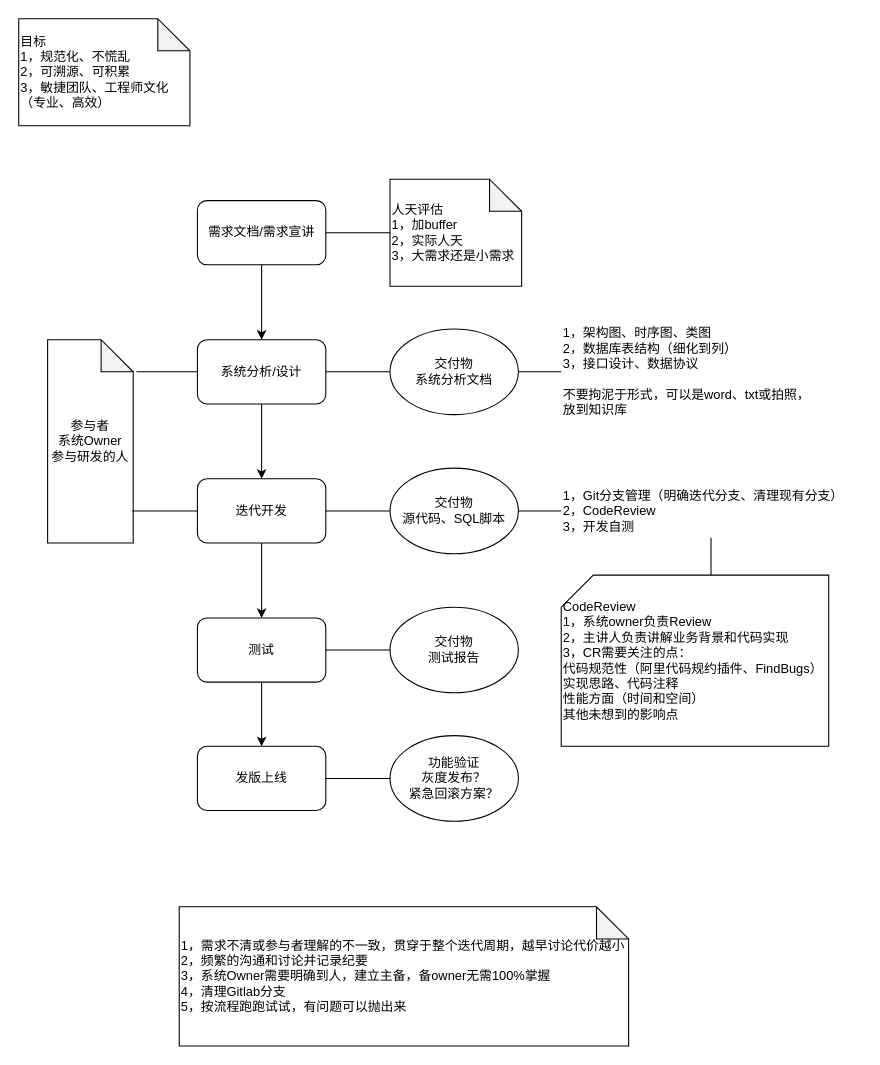
Above: Dengta/研发流程.drawio in liuchenwei2000/diagram (draw.io), before the change. Source tidied: cells renumbered, new cells numbered last; positions are measured from the earlier drawing's top-left corner, leaving out a move shared by most shapes. Both pictures are drawn from the tidied source at 107%, with x=0, y=0 at pixel (18, 18).
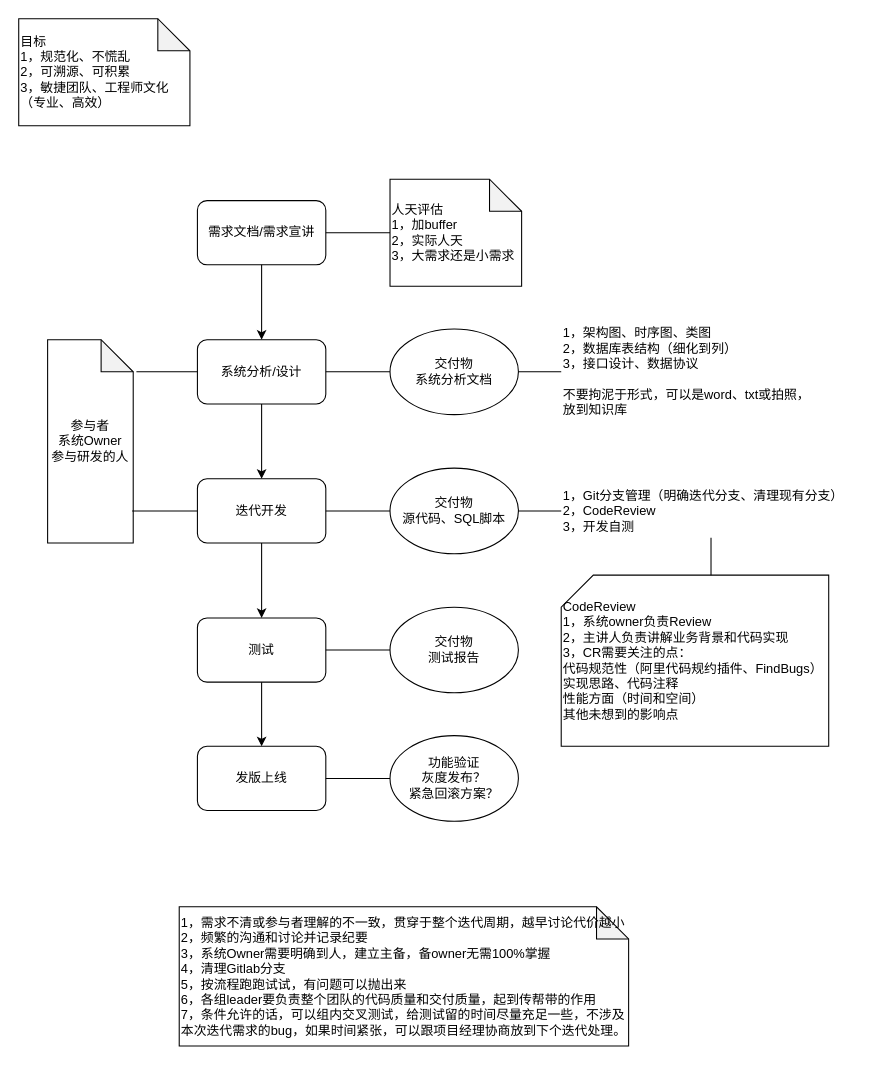
Above is the later version.

Diff of the diagram source:
```diff
@@
-    <mxCell id="27" value="1，需求不清或参与者理解的不一致，贯穿于整个迭代周期，越早讨论代价越小&lt;br&gt;2，频繁的沟通和讨论并记录纪要&lt;br&gt;3，系统Owner需要明确到人，建立主备，备owner无需100%掌握&lt;br&gt;4，清理Gitlab分支&lt;br&gt;5，按流程跑跑试试，有问题可以抛出来" style="shape=note;whiteSpace=wrap;html=1;backgroundOutline=1;darkOpacity=0.05;align=left;" parent="1" vertex="1">
+    <mxCell id="27" value="1，需求不清或参与者理解的不一致，贯穿于整个迭代周期，越早讨论代价越小&lt;br&gt;2，频繁的沟通和讨论并记录纪要&lt;br&gt;3，系统Owner需要明确到人，建立主备，备owner无需100%掌握&lt;br&gt;4，清理Gitlab分支&lt;br&gt;5，按流程跑跑试试，有问题可以抛出来&lt;br&gt;6，各组leader要负责整个团队的代码质量和交付质量，起到传帮带的作用&lt;br&gt;7，条件允许的话，可以组内交叉测试，给测试留的时间尽量充足一些，不涉及本次迭代需求的bug，如果时间紧张，可以跟项目经理协商放到下个迭代处理。" style="shape=note;whiteSpace=wrap;html=1;backgroundOutline=1;darkOpacity=0.05;align=left;" parent="1" vertex="1">
       <mxGeometry x="150" y="830" width="420" height="130" as="geometry" />
     </mxCell>
```
